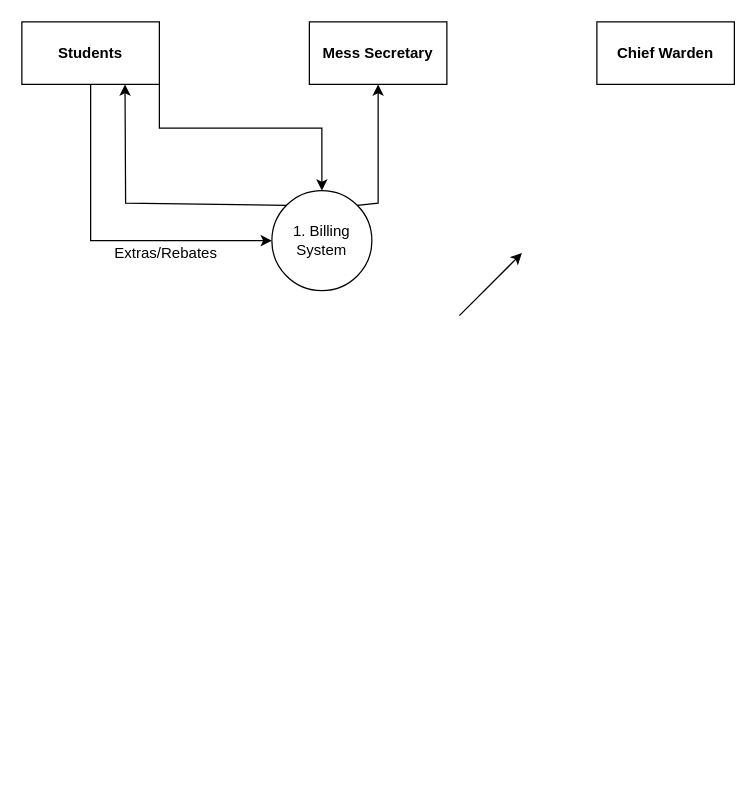
sakibarifin/Diagrams keeps this draw.io diagram as Hostel mess DFD.drawio. Above is the earlier version. Source tidied: cells renumbered, new cells numbered last; positions are measured from the earlier drawing's top-left corner, leaving out a move shared by most shapes. Both pictures are drawn from the tidied source at 125%, with x=0, y=0 at pixel (21, 21).
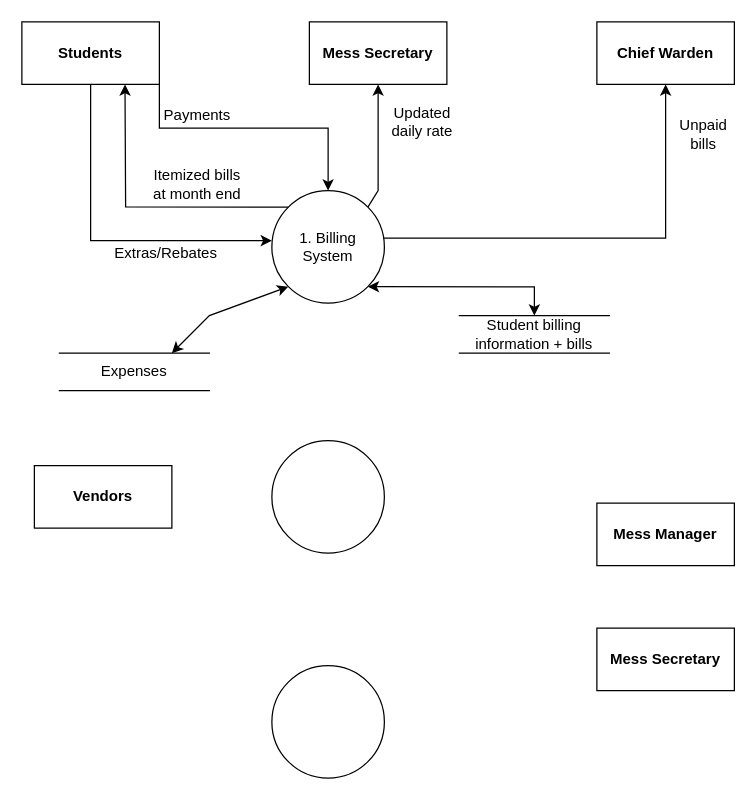
After the change.

Unchanged cells that the change refers to:
```xml
<mxCell id="2" value="Students" style="rounded=0;whiteSpace=wrap;html=1;fontStyle=1;" parent="1" vertex="1">
  <mxGeometry width="110" height="50" as="geometry" />
</mxCell>
<mxCell id="3" value="&lt;b&gt;Mess Secretary&lt;/b&gt;" style="rounded=0;whiteSpace=wrap;html=1;" parent="1" vertex="1">
  <mxGeometry x="230" width="110" height="50" as="geometry" />
</mxCell>
<mxCell id="4" value="&lt;b&gt;Chief Warden&lt;/b&gt;" style="rounded=0;whiteSpace=wrap;html=1;" parent="1" vertex="1">
  <mxGeometry x="460" width="110" height="50" as="geometry" />
</mxCell>
```

What changed in the source:
```diff
@@
     <mxCell id="5" value="1. Billing System" style="ellipse;whiteSpace=wrap;html=1;" parent="1" vertex="1">
-      <mxGeometry x="200" y="135" width="80" height="80" as="geometry" />
+      <mxGeometry x="200" y="135" width="90" height="90" as="geometry" />
     </mxCell>
@@
     <mxCell id="7" style="endArrow=classic;html=1;rounded=0;entryX=0.75;entryY=1;entryDx=0;entryDy=0;exitX=0;exitY=0;exitDx=0;exitDy=0;" parent="1" edge="1" source="5" target="2">
       <mxGeometry relative="1" as="geometry">
         <Array as="points">
-          <mxPoint x="83" y="145" />
+          <mxPoint x="83" y="148" />
         </Array>
       </mxGeometry>
     </mxCell>
     <mxCell id="8" style="endArrow=classic;html=1;rounded=0;exitX=1;exitY=1;exitDx=0;exitDy=0;entryX=0.5;entryY=0;entryDx=0;entryDy=0;" parent="1" edge="1" source="2" target="5">
       <mxGeometry relative="1" as="geometry">
         <Array as="points">
           <mxPoint x="110" y="85" />
-          <mxPoint x="240" y="85" />
+          <mxPoint x="245" y="85" />
         </Array>
       </mxGeometry>
     </mxCell>
     <mxCell id="9" style="endArrow=classic;html=1;rounded=0;entryX=0.5;entryY=1;entryDx=0;entryDy=0;exitX=1;exitY=0;exitDx=0;exitDy=0;" parent="1" edge="1" source="5" target="3">
       <mxGeometry relative="1" as="geometry">
         <Array as="points">
-          <mxPoint x="285" y="145" />
+          <mxPoint x="285" y="135" />
         </Array>
       </mxGeometry>
     </mxCell>
-    <mxCell id="10" style="endArrow=classic;html=1;rounded=0;" parent="1" edge="1">
+    <mxCell id="10" style="endArrow=classic;html=1;rounded=0;exitX=0.989;exitY=0.422;exitDx=0;exitDy=0;exitPerimeter=0;entryX=0.5;entryY=1;entryDx=0;entryDy=0;" parent="1" edge="1" source="5" target="4">
       <mxGeometry relative="1" as="geometry">
-        <mxPoint x="350" y="235" as="sourcePoint" />
-        <mxPoint x="400" y="185" as="targetPoint" />
+        <Array as="points">
+          <mxPoint x="515" y="173" />
+        </Array>
       </mxGeometry>
     </mxCell>
@@
+    <mxCell id="12" value="Expenses" style="shape=partialRectangle;whiteSpace=wrap;html=1;left=0;right=0;fillColor=none;" parent="1" vertex="1">
+      <mxGeometry x="30" y="265" width="120" height="30" as="geometry" />
+    </mxCell>
+    <mxCell id="13" value="Student billing information + bills" style="shape=partialRectangle;whiteSpace=wrap;html=1;left=0;right=0;fillColor=none;" parent="1" vertex="1">
+      <mxGeometry x="350" y="235" width="120" height="30" as="geometry" />
+    </mxCell>
+    <mxCell id="14" style="endArrow=classic;startArrow=classic;html=1;rounded=0;exitX=1;exitY=1;exitDx=0;exitDy=0;entryX=0.5;entryY=0;entryDx=0;entryDy=0;" parent="1" edge="1" source="5" target="13">
+      <mxGeometry relative="1" as="geometry">
+        <Array as="points">
+          <mxPoint x="410" y="212" />
+        </Array>
+      </mxGeometry>
+    </mxCell>
+    <mxCell id="15" style="endArrow=classic;startArrow=classic;html=1;rounded=0;entryX=0;entryY=1;entryDx=0;entryDy=0;exitX=0.75;exitY=0;exitDx=0;exitDy=0;" parent="1" edge="1" source="12" target="5">
+      <mxGeometry relative="1" as="geometry">
+        <Array as="points">
+          <mxPoint x="150" y="235" />
+        </Array>
+      </mxGeometry>
+    </mxCell>
+    <mxCell id="16" style="ellipse;whiteSpace=wrap;html=1;" parent="1" vertex="1">
+      <mxGeometry x="200" y="335" width="90" height="90" as="geometry" />
+    </mxCell>
+    <mxCell id="17" value="Payments" style="text;html=1;align=center;verticalAlign=middle;strokeColor=none;fillColor=none;" parent="1" vertex="1">
+      <mxGeometry x="110" y="65" width="60" height="20" as="geometry" />
+    </mxCell>
+    <mxCell id="18" value="Itemized bills &lt;br&gt;at month end" style="text;html=1;align=center;verticalAlign=middle;strokeColor=none;fillColor=none;" parent="1" vertex="1">
+      <mxGeometry x="100" y="115" width="80" height="30" as="geometry" />
+    </mxCell>
+    <mxCell id="19" value="Updated &lt;br&gt;daily rate" style="text;html=1;align=center;verticalAlign=middle;strokeColor=none;fillColor=none;" parent="1" vertex="1">
+      <mxGeometry x="290" y="65" width="60" height="30" as="geometry" />
+    </mxCell>
+    <mxCell id="20" value="Unpaid &lt;br&gt;bills" style="text;html=1;align=center;verticalAlign=middle;strokeColor=none;fillColor=none;" parent="1" vertex="1">
+      <mxGeometry x="520" y="75" width="50" height="30" as="geometry" />
+    </mxCell>
+    <mxCell id="21" value="Vendors" style="rounded=0;whiteSpace=wrap;html=1;fontStyle=1;" parent="1" vertex="1">
+      <mxGeometry x="10" y="355" width="110" height="50" as="geometry" />
+    </mxCell>
+    <mxCell id="22" value="Mess Manager" style="rounded=0;whiteSpace=wrap;html=1;fontStyle=1;" parent="1" vertex="1">
+      <mxGeometry x="460" y="385" width="110" height="50" as="geometry" />
+    </mxCell>
+    <mxCell id="23" value="Mess Secretary" style="rounded=0;whiteSpace=wrap;html=1;fontStyle=1;" parent="1" vertex="1">
+      <mxGeometry x="460" y="485" width="110" height="50" as="geometry" />
+    </mxCell>
+    <mxCell id="24" style="ellipse;whiteSpace=wrap;html=1;" parent="1" vertex="1">
+      <mxGeometry x="200" y="515" width="90" height="90" as="geometry" />
+    </mxCell>
```
